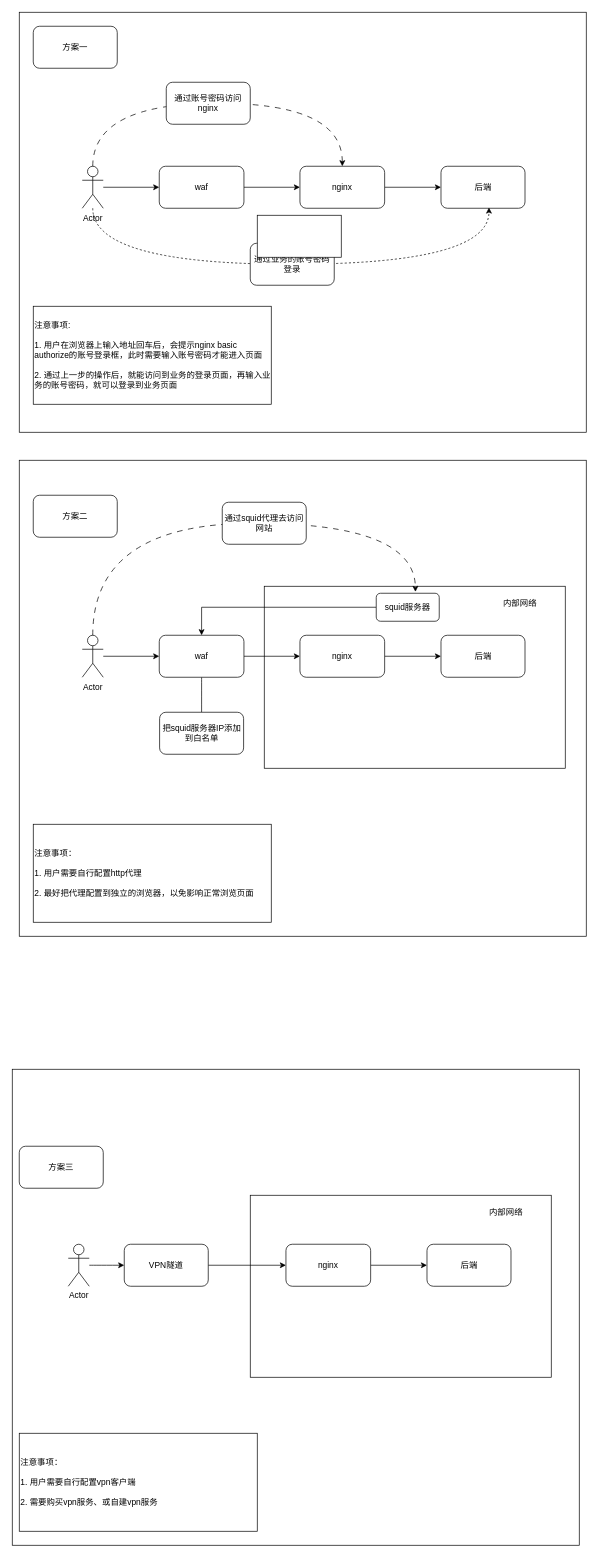
Before: 2.drawio in xiaogebin0713/test, a draw.io diagram. Source tidied: cells renumbered, new cells numbered last; positions are measured from the earlier drawing's top-left corner, leaving out a move shared by most shapes. Both pictures are drawn from the tidied source at 70%, with x=0, y=0 at pixel (12, 12).
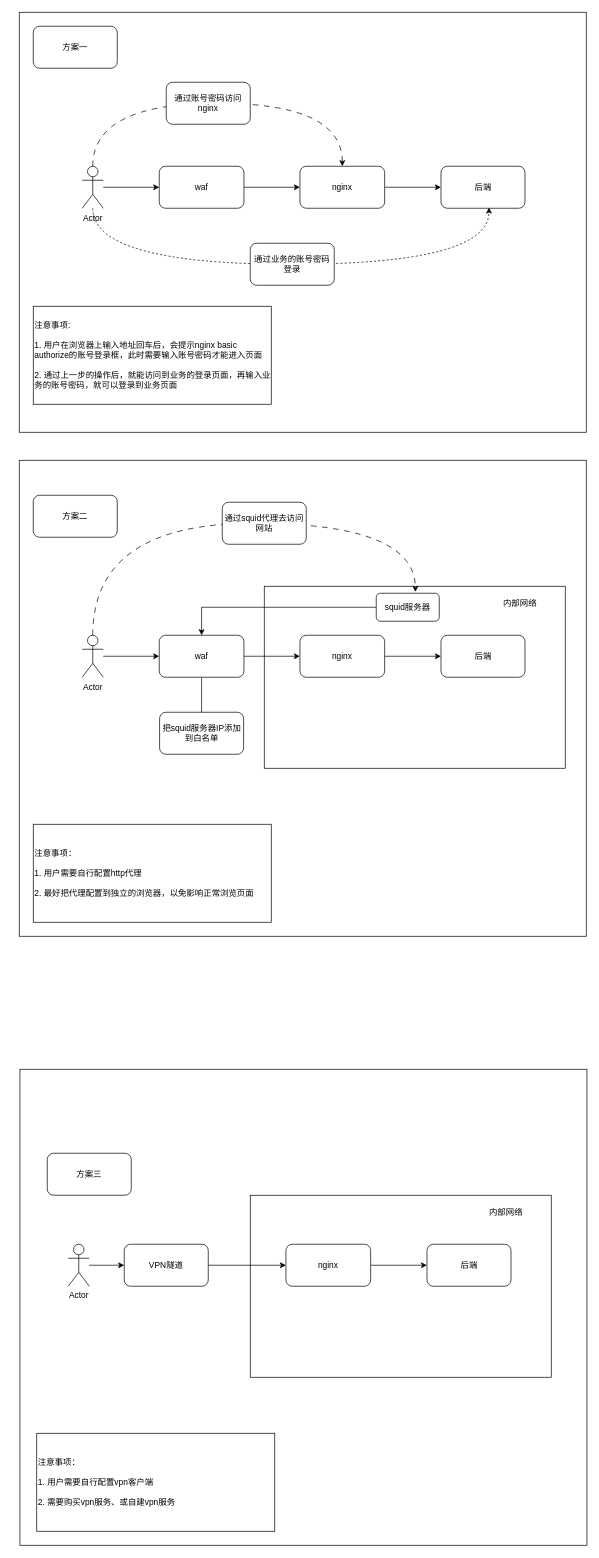
Above is the later version.

The edit, as a diff of the source:
```diff
@@
     <mxCell id="2" style="rounded=0;whiteSpace=wrap;html=1;" parent="1" vertex="1">
-      <mxGeometry y="1510" width="810" height="680" as="geometry" />
+      <mxGeometry x="11" y="1510" width="810" height="680" as="geometry" />
     </mxCell>
@@
     <mxCell id="43" value="注意事项：&lt;br&gt;&lt;br&gt;1. 用户需要自行配置vpn客户端&lt;br&gt;&lt;br&gt;2. 需要购买vpn服务、或自建vpn服务" style="rounded=0;whiteSpace=wrap;html=1;align=left;" parent="1" vertex="1">
-      <mxGeometry x="10" y="2030" width="340" height="140" as="geometry" />
+      <mxGeometry x="35" y="2030" width="340" height="140" as="geometry" />
     </mxCell>
     <mxCell id="44" value="方案三" style="rounded=1;whiteSpace=wrap;html=1;" parent="1" vertex="1">
-      <mxGeometry x="10" y="1620" width="120" height="60" as="geometry" />
+      <mxGeometry x="50" y="1630" width="120" height="60" as="geometry" />
     </mxCell>
@@
-    <mxCell id="46" style="rounded=0;whiteSpace=wrap;html=1;" parent="1" vertex="1">
-      <mxGeometry x="350" y="290" width="120" height="60" as="geometry" />
-    </mxCell>
```
